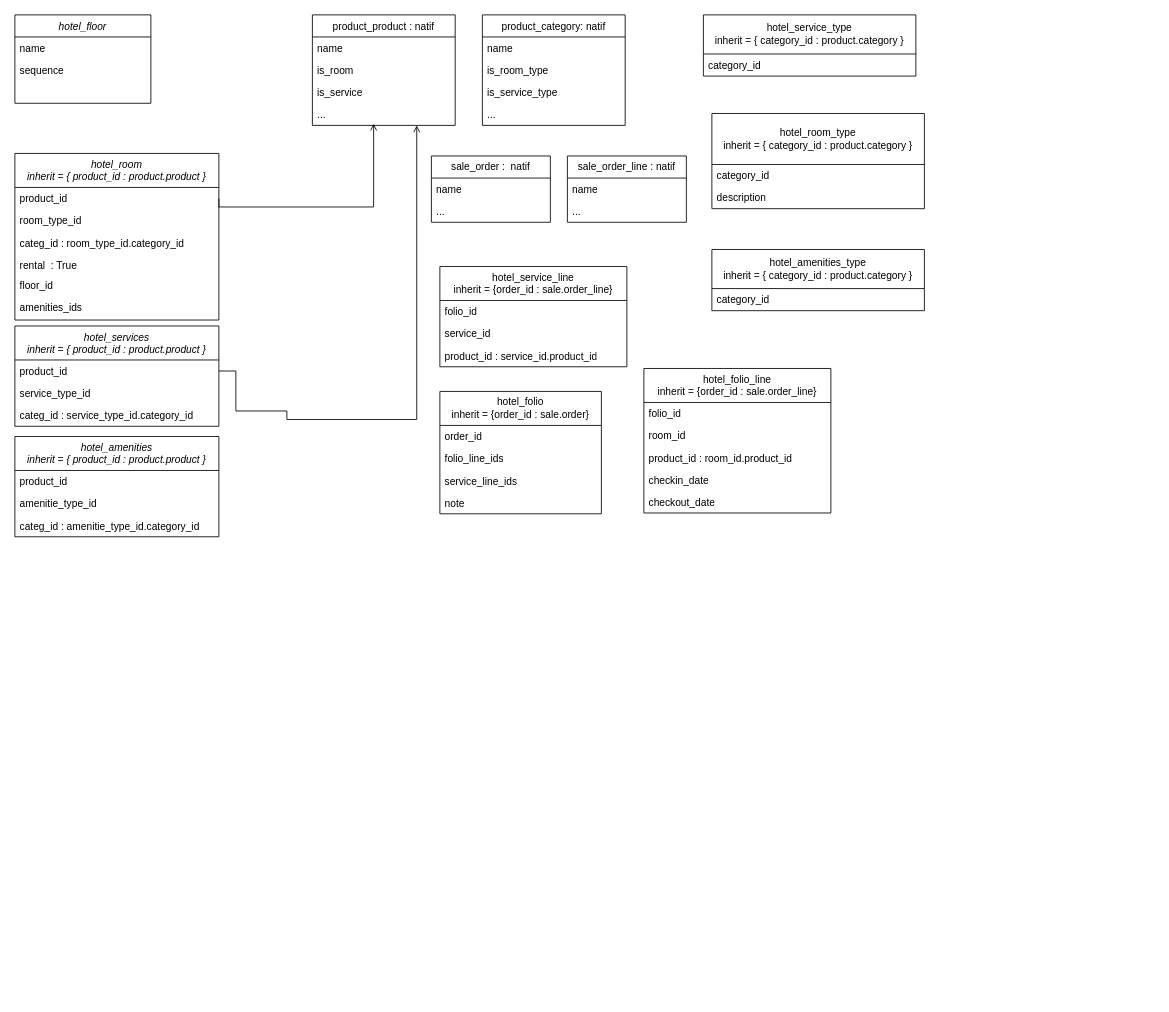
Jeremia1804/all_projects keeps this draw.io diagram as hotel_diagram.drawio. Above is the earlier version. Source tidied: cells renumbered, new cells numbered last; positions are measured from the earlier drawing's top-left corner, leaving out a move shared by most shapes. Both pictures are drawn from the tidied source at 85%, with x=0, y=0 at pixel (14, 14).
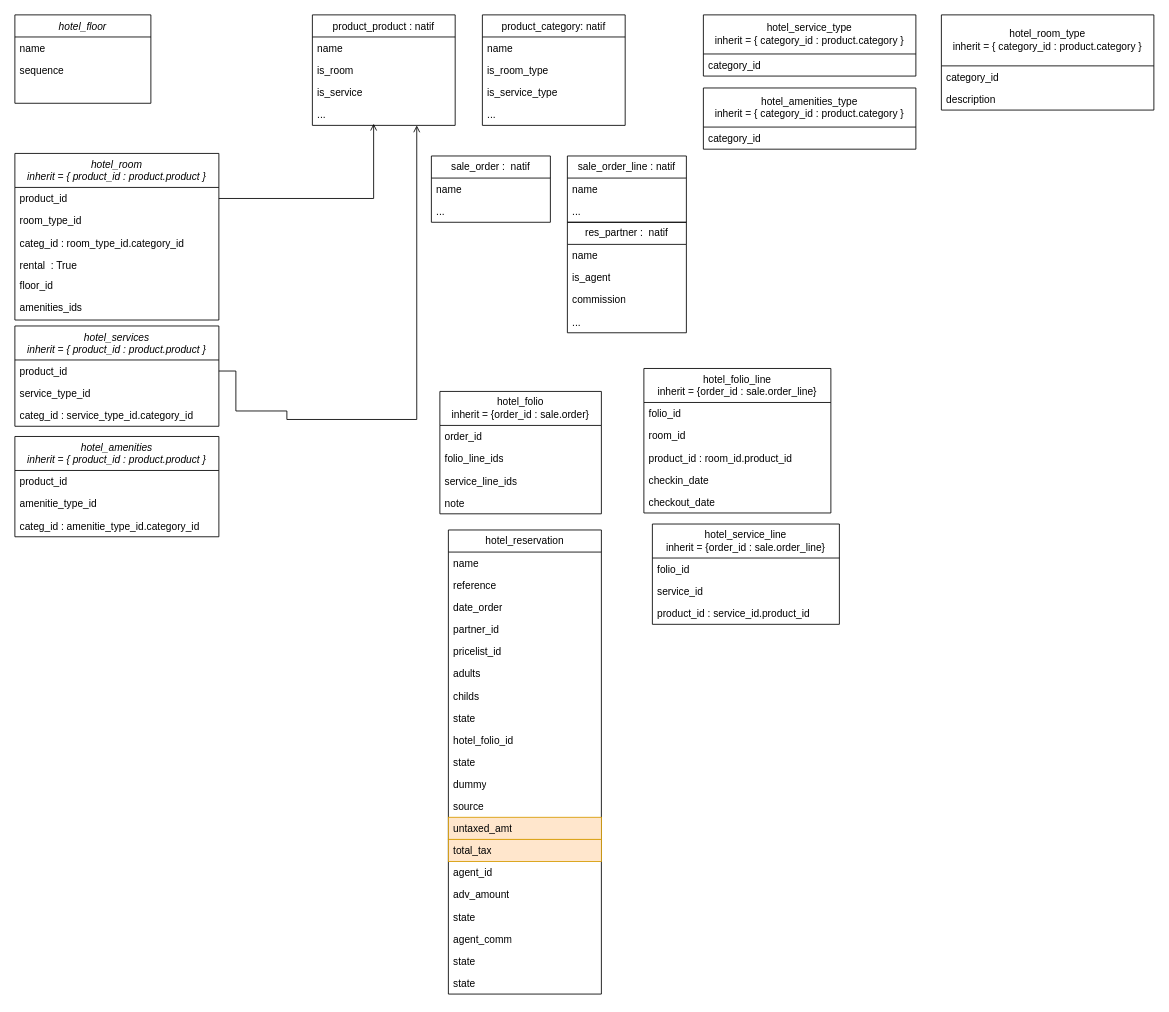
The same page after the edit.

Commit message (it also covers changes not shown here):
Mettre à jour hotel_diagram.drawio

Unchanged cells that the change refers to:
```xml
<mxCell id="9" value="..." style="text;align=left;verticalAlign=top;spacingLeft=4;spacingRight=4;overflow=hidden;points=[[0,0.5],[1,0.5]];portConstraint=eastwest;rounded=0;shadow=0;html=0;" parent="5" vertex="1">
  <mxGeometry y="104" width="168" height="26" as="geometry" />
</mxCell>
<mxCell id="17" value="product_id" style="text;align=left;verticalAlign=top;spacingLeft=4;spacingRight=4;overflow=hidden;points=[[0,0.5],[1,0.5]];portConstraint=eastwest;rounded=0;shadow=0;html=0;" parent="16" vertex="1">
  <mxGeometry y="40" width="240" height="26" as="geometry" />
</mxCell>
```

The edit, as a diff of the source:
```diff
@@
     <mxCell id="10" style="endArrow=open;shadow=0;strokeWidth=1;rounded=0;curved=0;endFill=1;edgeStyle=elbowEdgeStyle;elbow=vertical;entryX=0.429;entryY=0.923;entryDx=0;entryDy=0;entryPerimeter=0;exitX=1;exitY=0.5;exitDx=0;exitDy=0;" parent="1" edge="1" source="17" target="9">
       <mxGeometry x="0.5" y="41" relative="1" as="geometry">
         <Array as="points">
+          <mxPoint x="370" y="216" />
           <mxPoint x="310" y="226" />
         </Array>
         <mxPoint x="-40" y="32" as="offset" />
       </mxGeometry>
     </mxCell>
@@
     <mxCell id="23" value="hotel_room_type&lt;div&gt;inherit = { category_id : product.category }&lt;/div&gt;" style="swimlane;fontStyle=0;horizontal=1;startSize=60;fillColor=none;whiteSpace=wrap;html=1;" parent="1" vertex="1">
-      <mxGeometry x="820" y="116" width="250" height="112" as="geometry" />
+      <mxGeometry x="1090" width="250" height="112" as="geometry" />
     </mxCell>
@@
     <mxCell id="33" value="hotel_amenities_type&lt;div&gt;inherit = { category_id : product.category }&lt;br&gt;&lt;/div&gt;" style="swimlane;fontStyle=0;horizontal=1;startSize=46;fillColor=none;whiteSpace=wrap;html=1;" parent="1" vertex="1">
-      <mxGeometry x="820" y="276" width="250" height="72" as="geometry" />
+      <mxGeometry x="810" y="86" width="250" height="72" as="geometry" />
     </mxCell>
@@
     <mxCell id="56" value="hotel_service_line&lt;div&gt;inherit = {order_id : sale.order_line}&lt;/div&gt;" style="swimlane;fontStyle=0;horizontal=1;startSize=40;fillColor=none;whiteSpace=wrap;html=1;" parent="1" vertex="1">
-      <mxGeometry x="500" y="296" width="220" height="118" as="geometry" />
+      <mxGeometry x="750" y="599" width="220" height="118" as="geometry" />
     </mxCell>
@@
+    <mxCell id="60" value="hotel_reservation" style="swimlane;fontStyle=0;horizontal=1;startSize=26;fillColor=none;whiteSpace=wrap;html=1;" parent="1" vertex="1">
+      <mxGeometry x="510" y="606" width="180" height="546" as="geometry" />
+    </mxCell>
+    <mxCell id="61" value="name" style="text;strokeColor=none;fillColor=none;align=left;verticalAlign=top;spacingLeft=4;spacingRight=4;overflow=hidden;whiteSpace=wrap;html=1;" parent="60" vertex="1">
+      <mxGeometry y="26" width="180" height="26" as="geometry" />
+    </mxCell>
+    <mxCell id="62" value="reference" style="text;strokeColor=none;fillColor=none;align=left;verticalAlign=top;spacingLeft=4;spacingRight=4;overflow=hidden;whiteSpace=wrap;html=1;" parent="60" vertex="1">
+      <mxGeometry y="52" width="180" height="26" as="geometry" />
+    </mxCell>
+    <mxCell id="63" value="date_order" style="text;strokeColor=none;fillColor=none;align=left;verticalAlign=top;spacingLeft=4;spacingRight=4;overflow=hidden;whiteSpace=wrap;html=1;" parent="60" vertex="1">
+      <mxGeometry y="78" width="180" height="26" as="geometry" />
+    </mxCell>
+    <mxCell id="64" value="partner_id" style="text;strokeColor=none;fillColor=none;align=left;verticalAlign=top;spacingLeft=4;spacingRight=4;overflow=hidden;whiteSpace=wrap;html=1;" parent="60" vertex="1">
+      <mxGeometry y="104" width="180" height="26" as="geometry" />
+    </mxCell>
+    <mxCell id="65" value="pricelist_id" style="text;strokeColor=none;fillColor=none;align=left;verticalAlign=top;spacingLeft=4;spacingRight=4;overflow=hidden;whiteSpace=wrap;html=1;" parent="60" vertex="1">
+      <mxGeometry y="130" width="180" height="26" as="geometry" />
+    </mxCell>
+    <mxCell id="66" value="adults" style="text;strokeColor=none;fillColor=none;align=left;verticalAlign=top;spacingLeft=4;spacingRight=4;overflow=hidden;whiteSpace=wrap;html=1;" parent="60" vertex="1">
+      <mxGeometry y="156" width="180" height="26" as="geometry" />
+    </mxCell>
+    <mxCell id="67" value="childs" style="text;strokeColor=none;fillColor=none;align=left;verticalAlign=top;spacingLeft=4;spacingRight=4;overflow=hidden;whiteSpace=wrap;html=1;" parent="60" vertex="1">
+      <mxGeometry y="182" width="180" height="26" as="geometry" />
+    </mxCell>
+    <mxCell id="68" value="state" style="text;strokeColor=none;fillColor=none;align=left;verticalAlign=top;spacingLeft=4;spacingRight=4;overflow=hidden;whiteSpace=wrap;html=1;" parent="60" vertex="1">
+      <mxGeometry y="208" width="180" height="26" as="geometry" />
+    </mxCell>
+    <mxCell id="69" value="hotel_folio_id" style="text;strokeColor=none;fillColor=none;align=left;verticalAlign=top;spacingLeft=4;spacingRight=4;overflow=hidden;whiteSpace=wrap;html=1;" parent="60" vertex="1">
+      <mxGeometry y="234" width="180" height="26" as="geometry" />
+    </mxCell>
+    <mxCell id="70" value="state" style="text;strokeColor=none;fillColor=none;align=left;verticalAlign=top;spacingLeft=4;spacingRight=4;overflow=hidden;whiteSpace=wrap;html=1;" parent="60" vertex="1">
+      <mxGeometry y="260" width="180" height="26" as="geometry" />
+    </mxCell>
+    <mxCell id="71" value="dummy" style="text;strokeColor=none;fillColor=none;align=left;verticalAlign=top;spacingLeft=4;spacingRight=4;overflow=hidden;whiteSpace=wrap;html=1;" parent="60" vertex="1">
+      <mxGeometry y="286" width="180" height="26" as="geometry" />
+    </mxCell>
+    <mxCell id="72" value="source" style="text;strokeColor=none;fillColor=none;align=left;verticalAlign=top;spacingLeft=4;spacingRight=4;overflow=hidden;whiteSpace=wrap;html=1;" parent="60" vertex="1">
+      <mxGeometry y="312" width="180" height="26" as="geometry" />
+    </mxCell>
+    <mxCell id="73" value="untaxed_amt" style="text;strokeColor=#d79b00;fillColor=#ffe6cc;align=left;verticalAlign=top;spacingLeft=4;spacingRight=4;overflow=hidden;whiteSpace=wrap;html=1;" parent="60" vertex="1">
+      <mxGeometry y="338" width="180" height="26" as="geometry" />
+    </mxCell>
+    <mxCell id="74" value="total_tax&lt;div&gt;&lt;br&gt;&lt;/div&gt;" style="text;strokeColor=#d79b00;fillColor=#ffe6cc;align=left;verticalAlign=top;spacingLeft=4;spacingRight=4;overflow=hidden;whiteSpace=wrap;html=1;" parent="60" vertex="1">
+      <mxGeometry y="364" width="180" height="26" as="geometry" />
+    </mxCell>
+    <mxCell id="75" value="agent_id" style="text;strokeColor=none;fillColor=none;align=left;verticalAlign=top;spacingLeft=4;spacingRight=4;overflow=hidden;whiteSpace=wrap;html=1;" parent="60" vertex="1">
+      <mxGeometry y="390" width="180" height="26" as="geometry" />
+    </mxCell>
+    <mxCell id="76" value="adv_amount" style="text;strokeColor=none;fillColor=none;align=left;verticalAlign=top;spacingLeft=4;spacingRight=4;overflow=hidden;whiteSpace=wrap;html=1;" parent="60" vertex="1">
+      <mxGeometry y="416" width="180" height="26" as="geometry" />
+    </mxCell>
+    <mxCell id="77" value="state" style="text;strokeColor=none;fillColor=none;align=left;verticalAlign=top;spacingLeft=4;spacingRight=4;overflow=hidden;whiteSpace=wrap;html=1;" parent="60" vertex="1">
+      <mxGeometry y="442" width="180" height="26" as="geometry" />
+    </mxCell>
+    <mxCell id="78" value="agent_comm" style="text;strokeColor=none;fillColor=none;align=left;verticalAlign=top;spacingLeft=4;spacingRight=4;overflow=hidden;whiteSpace=wrap;html=1;" parent="60" vertex="1">
+      <mxGeometry y="468" width="180" height="26" as="geometry" />
+    </mxCell>
+    <mxCell id="79" value="state" style="text;strokeColor=none;fillColor=none;align=left;verticalAlign=top;spacingLeft=4;spacingRight=4;overflow=hidden;whiteSpace=wrap;html=1;" parent="60" vertex="1">
+      <mxGeometry y="494" width="180" height="26" as="geometry" />
+    </mxCell>
+    <mxCell id="80" value="state" style="text;strokeColor=none;fillColor=none;align=left;verticalAlign=top;spacingLeft=4;spacingRight=4;overflow=hidden;whiteSpace=wrap;html=1;" parent="60" vertex="1">
+      <mxGeometry y="520" width="180" height="26" as="geometry" />
+    </mxCell>
+    <mxCell id="81" value="res_partner :&amp;nbsp; natif" style="swimlane;fontStyle=0;horizontal=1;startSize=26;fillColor=none;whiteSpace=wrap;html=1;" parent="1" vertex="1">
+      <mxGeometry x="650" y="244" width="140" height="130" as="geometry" />
+    </mxCell>
+    <mxCell id="82" value="name" style="text;strokeColor=none;fillColor=none;align=left;verticalAlign=top;spacingLeft=4;spacingRight=4;overflow=hidden;whiteSpace=wrap;html=1;" parent="81" vertex="1">
+      <mxGeometry y="26" width="140" height="26" as="geometry" />
+    </mxCell>
+    <mxCell id="83" value="is_agent" style="text;strokeColor=none;fillColor=none;align=left;verticalAlign=top;spacingLeft=4;spacingRight=4;overflow=hidden;whiteSpace=wrap;html=1;" parent="81" vertex="1">
+      <mxGeometry y="52" width="140" height="26" as="geometry" />
+    </mxCell>
+    <mxCell id="84" value="commission" style="text;strokeColor=none;fillColor=none;align=left;verticalAlign=top;spacingLeft=4;spacingRight=4;overflow=hidden;whiteSpace=wrap;html=1;" parent="81" vertex="1">
+      <mxGeometry y="78" width="140" height="26" as="geometry" />
+    </mxCell>
+    <mxCell id="85" value="..." style="text;strokeColor=none;fillColor=none;align=left;verticalAlign=top;spacingLeft=4;spacingRight=4;overflow=hidden;whiteSpace=wrap;html=1;" parent="81" vertex="1">
+      <mxGeometry y="104" width="140" height="26" as="geometry" />
+    </mxCell>
```
